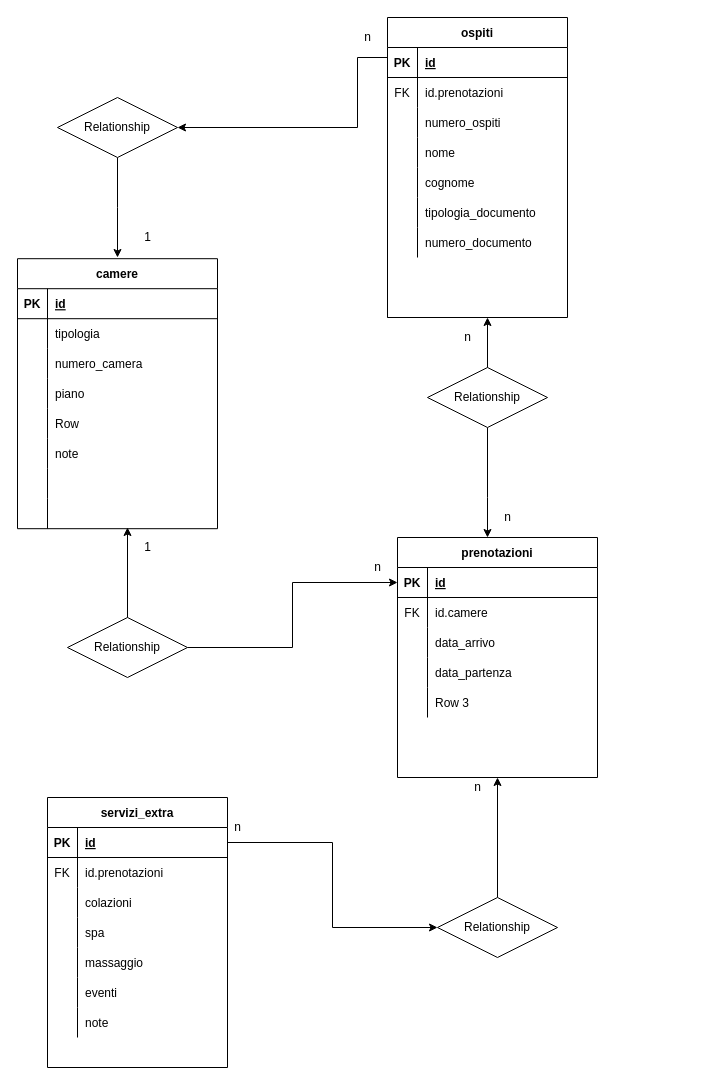
Earlier version of the draw.io diagram draw.drawio (LombardoStanislao/db-first). Source tidied: cells renumbered, new cells numbered last; positions are measured from the earlier drawing's top-left corner, leaving out a move shared by most shapes. Both pictures are drawn from the tidied source at 100%, with x=0, y=0 at pixel (17, 17).
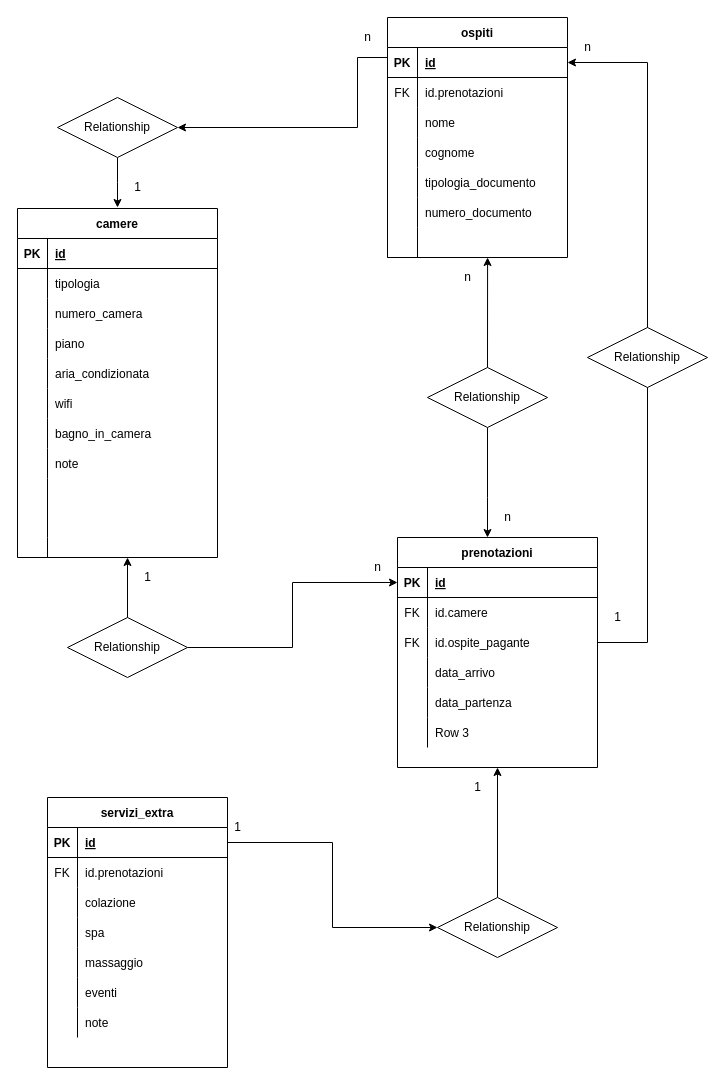
Above is the later version.

Unchanged cells that the change refers to:
```xml
<mxCell id="15" style="shape=partialRectangle;fillColor=none;top=0;left=0;bottom=0;right=0;" parent="2" vertex="1">
  <mxGeometry y="150" width="200" height="30" as="geometry" />
</mxCell>
<mxCell id="45" style="shape=partialRectangle;fillColor=none;top=0;left=0;bottom=1;right=0;points=[[0,0.5],[1,0.5]];portConstraint=eastwest;" parent="44" vertex="1">
  <mxGeometry y="30" width="180" height="30" as="geometry" />
</mxCell>
<mxCell id="67" value="Relationship" style="shape=rhombus;perimeter=rhombusPerimeter;whiteSpace=wrap;html=1;align=center;" parent="1" vertex="1">
  <mxGeometry x="410" y="350" width="120" height="60" as="geometry" />
</mxCell>
<mxCell id="69" value="Relationship" style="shape=rhombus;perimeter=rhombusPerimeter;whiteSpace=wrap;html=1;align=center;" parent="1" vertex="1">
  <mxGeometry x="50" y="600" width="120" height="60" as="geometry" />
</mxCell>
<mxCell id="75" value="Relationship" style="shape=rhombus;perimeter=rhombusPerimeter;whiteSpace=wrap;html=1;align=center;" parent="1" vertex="1">
  <mxGeometry x="40" y="80" width="120" height="60" as="geometry" />
</mxCell>
<mxCell id="83" style="shape=partialRectangle;fillColor=none;top=0;left=0;bottom=0;right=0;" parent="76" vertex="1">
  <mxGeometry y="90" width="180" height="30" as="geometry" />
</mxCell>
```

What changed in the source:
```diff
@@
     <mxCell id="2" value="camere" style="shape=table;startSize=30;childLayout=tableLayout;rowLines=0;fontStyle=1;align=center;" parent="1" vertex="1">
-      <mxGeometry y="241.2" width="200" height="270" as="geometry" />
+      <mxGeometry y="191" width="200" height="349" as="geometry" />
     </mxCell>
@@
-    <mxCell id="17" value="Row" style="shape=partialRectangle;fillColor=none;top=0;left=0;bottom=0;right=0;align=left;spacingLeft=6;overflow=hidden;" parent="15" vertex="1">
+    <mxCell id="17" value="aria_condizionata" style="shape=partialRectangle;fillColor=none;top=0;left=0;bottom=0;right=0;align=left;spacingLeft=6;overflow=hidden;" parent="15" vertex="1">
       <mxGeometry x="30" width="170" height="30" as="geometry" />
     </mxCell>
+    <mxCell id="107" style="shape=partialRectangle;fillColor=none;top=0;left=0;bottom=0;right=0;" parent="2" vertex="1">
+      <mxGeometry y="180" width="200" height="30" as="geometry" />
+    </mxCell>
+    <mxCell id="108" style="shape=partialRectangle;fillColor=none;top=0;left=0;bottom=0;right=0;overflow=hidden;" parent="107" vertex="1">
+      <mxGeometry width="30" height="30" as="geometry" />
+    </mxCell>
+    <mxCell id="109" value="wifi" style="shape=partialRectangle;fillColor=none;top=0;left=0;bottom=0;right=0;align=left;spacingLeft=6;overflow=hidden;" parent="107" vertex="1">
+      <mxGeometry x="30" width="170" height="30" as="geometry" />
+    </mxCell>
+    <mxCell id="110" style="shape=partialRectangle;fillColor=none;top=0;left=0;bottom=0;right=0;" parent="2" vertex="1">
+      <mxGeometry y="210" width="200" height="30" as="geometry" />
+    </mxCell>
+    <mxCell id="111" style="shape=partialRectangle;fillColor=none;top=0;left=0;bottom=0;right=0;overflow=hidden;" parent="110" vertex="1">
+      <mxGeometry width="30" height="30" as="geometry" />
+    </mxCell>
+    <mxCell id="112" value="bagno_in_camera" style="shape=partialRectangle;fillColor=none;top=0;left=0;bottom=0;right=0;align=left;spacingLeft=6;overflow=hidden;" parent="110" vertex="1">
+      <mxGeometry x="30" width="170" height="30" as="geometry" />
+    </mxCell>
     <mxCell id="18" style="shape=partialRectangle;fillColor=none;top=0;left=0;bottom=0;right=0;" parent="2" vertex="1">
-      <mxGeometry y="180" width="200" height="30" as="geometry" />
+      <mxGeometry y="240" width="200" height="30" as="geometry" />
     </mxCell>
@@
     <mxCell id="21" style="shape=partialRectangle;fillColor=none;top=0;left=0;bottom=0;right=0;" parent="2" vertex="1">
-      <mxGeometry y="210" width="200" height="30" as="geometry" />
+      <mxGeometry y="270" width="200" height="59" as="geometry" />
     </mxCell>
     <mxCell id="22" style="shape=partialRectangle;fillColor=none;top=0;left=0;bottom=0;right=0;overflow=hidden;" parent="21" vertex="1">
-      <mxGeometry width="30" height="30" as="geometry" />
+      <mxGeometry width="30" height="59" as="geometry" />
     </mxCell>
     <mxCell id="23" style="shape=partialRectangle;fillColor=none;top=0;left=0;bottom=0;right=0;align=left;spacingLeft=6;overflow=hidden;" parent="21" vertex="1">
-      <mxGeometry x="30" width="170" height="30" as="geometry" />
+      <mxGeometry x="30" width="170" height="59" as="geometry" />
     </mxCell>
     <mxCell id="24" style="shape=partialRectangle;fillColor=none;top=0;left=0;bottom=0;right=0;" parent="2" vertex="1">
-      <mxGeometry y="240" width="200" height="30" as="geometry" />
+      <mxGeometry y="329" width="200" height="20" as="geometry" />
     </mxCell>
     <mxCell id="25" style="shape=partialRectangle;fillColor=none;top=0;left=0;bottom=0;right=0;overflow=hidden;" parent="24" vertex="1">
-      <mxGeometry width="30" height="30" as="geometry" />
+      <mxGeometry width="30" height="20" as="geometry" />
     </mxCell>
     <mxCell id="26" style="shape=partialRectangle;fillColor=none;top=0;left=0;bottom=0;right=0;align=left;spacingLeft=6;overflow=hidden;" parent="24" vertex="1">
-      <mxGeometry x="30" width="170" height="30" as="geometry" />
+      <mxGeometry x="30" width="170" height="20" as="geometry" />
     </mxCell>
     <mxCell id="27" value="prenotazioni" style="shape=table;startSize=30;childLayout=tableLayout;rowLines=0;fontStyle=1;align=center;" parent="1" vertex="1">
-      <mxGeometry x="380" y="520" width="200" height="240" as="geometry" />
+      <mxGeometry x="380" y="520" width="200" height="230" as="geometry" />
     </mxCell>
@@
+    <mxCell id="113" style="shape=partialRectangle;fillColor=none;top=0;left=0;bottom=0;right=0;points=[[0,0.5],[1,0.5]];portConstraint=eastwest;" parent="27" vertex="1">
+      <mxGeometry y="90" width="200" height="30" as="geometry" />
+    </mxCell>
+    <mxCell id="114" value="FK" style="shape=partialRectangle;fillColor=none;top=0;left=0;bottom=0;right=0;fontStyle=0;overflow=hidden;" parent="113" vertex="1">
+      <mxGeometry width="30" height="30" as="geometry" />
+    </mxCell>
+    <mxCell id="115" value="id.ospite_pagante" style="shape=partialRectangle;fillColor=none;top=0;left=0;bottom=0;right=0;align=left;spacingLeft=6;fontStyle=0;overflow=hidden;" parent="113" vertex="1">
+      <mxGeometry x="30" width="170" height="30" as="geometry" />
+    </mxCell>
     <mxCell id="34" style="shape=partialRectangle;fillColor=none;top=0;left=0;bottom=0;right=0;" parent="27" vertex="1">
-      <mxGeometry y="90" width="200" height="30" as="geometry" />
+      <mxGeometry y="120" width="200" height="30" as="geometry" />
     </mxCell>
@@
     <mxCell id="37" style="shape=partialRectangle;fillColor=none;top=0;left=0;bottom=0;right=0;" parent="27" vertex="1">
-      <mxGeometry y="120" width="200" height="30" as="geometry" />
+      <mxGeometry y="150" width="200" height="30" as="geometry" />
     </mxCell>
@@
     <mxCell id="40" style="shape=partialRectangle;fillColor=none;top=0;left=0;bottom=0;right=0;" parent="27" vertex="1">
-      <mxGeometry y="150" width="200" height="30" as="geometry" />
+      <mxGeometry y="180" width="200" height="30" as="geometry" />
     </mxCell>
@@
     <mxCell id="44" value="ospiti" style="shape=table;startSize=30;childLayout=tableLayout;rowLines=0;fontStyle=1;align=center;" parent="1" vertex="1">
-      <mxGeometry x="370" width="180" height="300" as="geometry" />
+      <mxGeometry x="370" width="180" height="240" as="geometry" />
     </mxCell>
@@
-    <mxCell id="51" style="shape=partialRectangle;fillColor=none;top=0;left=0;bottom=0;right=0;points=[[0,0.5],[1,0.5]];portConstraint=eastwest;" parent="44" vertex="1">
-      <mxGeometry y="90" width="180" height="30" as="geometry" />
-    </mxCell>
-    <mxCell id="52" style="shape=partialRectangle;fillColor=none;top=0;left=0;bottom=0;right=0;overflow=hidden;" parent="51" vertex="1">
-      <mxGeometry width="30" height="30" as="geometry" />
-    </mxCell>
-    <mxCell id="53" value="numero_ospiti" style="shape=partialRectangle;fillColor=none;top=0;left=0;bottom=0;right=0;align=left;spacingLeft=6;overflow=hidden;" parent="51" vertex="1">
-      <mxGeometry x="30" width="150" height="30" as="geometry" />
-    </mxCell>
     <mxCell id="54" style="shape=partialRectangle;fillColor=none;top=0;left=0;bottom=0;right=0;" parent="44" vertex="1">
-      <mxGeometry y="120" width="180" height="30" as="geometry" />
+      <mxGeometry y="90" width="180" height="30" as="geometry" />
     </mxCell>
@@
     <mxCell id="57" style="shape=partialRectangle;fillColor=none;top=0;left=0;bottom=0;right=0;" parent="44" vertex="1">
-      <mxGeometry y="150" width="180" height="30" as="geometry" />
+      <mxGeometry y="120" width="180" height="30" as="geometry" />
     </mxCell>
@@
     <mxCell id="60" style="shape=partialRectangle;fillColor=none;top=0;left=0;bottom=0;right=0;" parent="44" vertex="1">
-      <mxGeometry y="180" width="180" height="30" as="geometry" />
+      <mxGeometry y="150" width="180" height="30" as="geometry" />
     </mxCell>
@@
     <mxCell id="63" style="shape=partialRectangle;fillColor=none;top=0;left=0;bottom=0;right=0;" parent="44" vertex="1">
-      <mxGeometry y="210" width="180" height="30" as="geometry" />
+      <mxGeometry y="180" width="180" height="30" as="geometry" />
     </mxCell>
@@
+    <mxCell id="51" style="shape=partialRectangle;fillColor=none;top=0;left=0;bottom=0;right=0;points=[[0,0.5],[1,0.5]];portConstraint=eastwest;" parent="44" vertex="1">
+      <mxGeometry y="210" width="180" height="30" as="geometry" />
+    </mxCell>
+    <mxCell id="52" style="shape=partialRectangle;fillColor=none;top=0;left=0;bottom=0;right=0;overflow=hidden;" parent="51" vertex="1">
+      <mxGeometry width="30" height="30" as="geometry" />
+    </mxCell>
+    <mxCell id="53" style="shape=partialRectangle;fillColor=none;top=0;left=0;bottom=0;right=0;align=left;spacingLeft=6;overflow=hidden;" parent="51" vertex="1">
+      <mxGeometry x="30" width="150" height="30" as="geometry" />
+    </mxCell>
@@
-    <mxCell id="70" style="endArrow=classic;html=1;exitX=0.5;exitY=0;exitDx=0;exitDy=0;" parent="1" edge="1" source="67">
-      <mxGeometry relative="1" as="geometry">
-        <mxPoint x="470" y="300" as="targetPoint" />
-      </mxGeometry>
+    <mxCell id="70" style="endArrow=classic;html=1;exitX=0.5;exitY=0;exitDx=0;exitDy=0;entryX=0.556;entryY=1;entryDx=0;entryDy=0;entryPerimeter=0;" parent="1" edge="1" source="67" target="51">
+      <mxGeometry relative="1" as="geometry" />
     </mxCell>
     <mxCell id="71" style="endArrow=classic;html=1;exitX=0.5;exitY=0;exitDx=0;exitDy=0;" parent="1" edge="1" source="69">
       <mxGeometry relative="1" as="geometry">
-        <mxPoint x="110" y="510" as="targetPoint" />
+        <mxPoint x="110" y="540" as="targetPoint" />
       </mxGeometry>
     </mxCell>
     <mxCell id="72" value="1" style="text;html=1;align=center;verticalAlign=middle;" parent="1" vertex="1">
-      <mxGeometry x="120" y="520" width="20" height="20" as="geometry" />
+      <mxGeometry x="120" y="550" width="20" height="20" as="geometry" />
     </mxCell>
@@
     <mxCell id="74" style="edgeStyle=orthogonalEdgeStyle;rounded=0;jettySize=auto;html=1;exitX=0.5;exitY=1;exitDx=0;exitDy=0;" parent="1" edge="1" source="75">
       <mxGeometry relative="1" as="geometry">
-        <mxPoint x="100" y="240" as="targetPoint" />
+        <mxPoint x="100" y="190" as="targetPoint" />
       </mxGeometry>
     </mxCell>
@@
-    <mxCell id="85" value="colazioni" style="shape=partialRectangle;fillColor=none;top=0;left=0;bottom=0;right=0;align=left;spacingLeft=6;overflow=hidden;" parent="83" vertex="1">
+    <mxCell id="85" value="colazione" style="shape=partialRectangle;fillColor=none;top=0;left=0;bottom=0;right=0;align=left;spacingLeft=6;overflow=hidden;" parent="83" vertex="1">
       <mxGeometry x="30" width="150" height="30" as="geometry" />
     </mxCell>
@@
-    <mxCell id="101" value="n" style="text;html=1;align=center;verticalAlign=middle;" parent="1" vertex="1">
+    <mxCell id="101" value="1" style="text;html=1;align=center;verticalAlign=middle;" parent="1" vertex="1">
       <mxGeometry x="210" y="800" width="20" height="20" as="geometry" />
     </mxCell>
-    <mxCell id="102" value="n" style="text;html=1;align=center;verticalAlign=middle;" parent="1" vertex="1">
+    <mxCell id="102" value="1" style="text;html=1;align=center;verticalAlign=middle;" parent="1" vertex="1">
       <mxGeometry x="450" y="760" width="20" height="20" as="geometry" />
     </mxCell>
     <mxCell id="103" value="1" style="text;html=1;align=center;verticalAlign=middle;" parent="1" vertex="1">
-      <mxGeometry x="120" y="210" width="20" height="20" as="geometry" />
+      <mxGeometry x="110" y="160" width="20" height="20" as="geometry" />
     </mxCell>
@@
     <mxCell id="105" value="n" style="text;html=1;align=center;verticalAlign=middle;" parent="1" vertex="1">
-      <mxGeometry x="440" y="310" width="20" height="20" as="geometry" />
+      <mxGeometry x="440" y="250" width="20" height="20" as="geometry" />
     </mxCell>
@@
+    <mxCell id="116" value="1" style="text;html=1;align=center;verticalAlign=middle;" parent="1" vertex="1">
+      <mxGeometry x="590" y="590" width="20" height="20" as="geometry" />
+    </mxCell>
+    <mxCell id="117" style="edgeStyle=orthogonalEdgeStyle;rounded=0;jettySize=auto;html=1;exitX=1;exitY=0.5;exitDx=0;exitDy=0;entryX=1;entryY=0.5;entryDx=0;entryDy=0;" parent="1" edge="1" source="113" target="45">
+      <mxGeometry relative="1" as="geometry">
+        <Array as="points">
+          <mxPoint x="630" y="625" />
+          <mxPoint x="630" y="45" />
+        </Array>
+      </mxGeometry>
+    </mxCell>
+    <mxCell id="118" value="n" style="text;html=1;align=center;verticalAlign=middle;" parent="1" vertex="1">
+      <mxGeometry x="560" y="20" width="20" height="20" as="geometry" />
+    </mxCell>
+    <mxCell id="119" value="Relationship" style="shape=rhombus;perimeter=rhombusPerimeter;whiteSpace=wrap;html=1;align=center;" parent="1" vertex="1">
+      <mxGeometry x="570" y="310" width="120" height="60" as="geometry" />
+    </mxCell>
```
